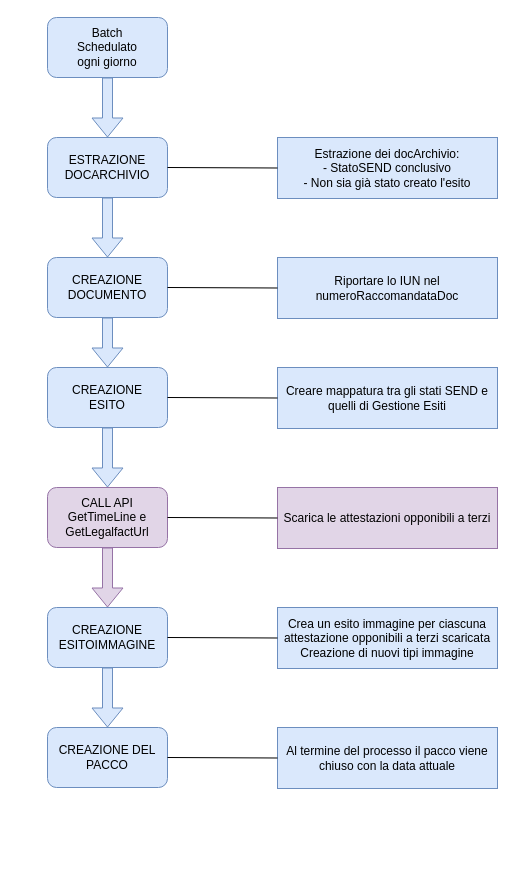
marcogarbujoabaco/drawio keeps this draw.io diagram as page "Esiti" (4 of 5) of Easy Notification.drawio. Above is the earlier version. Source tidied: cells renumbered, new cells numbered last; positions are measured from the earlier drawing's top-left corner, leaving out a move shared by most shapes. Both pictures are drawn from the tidied source at 100%, with x=0, y=0 at pixel (47, 17).
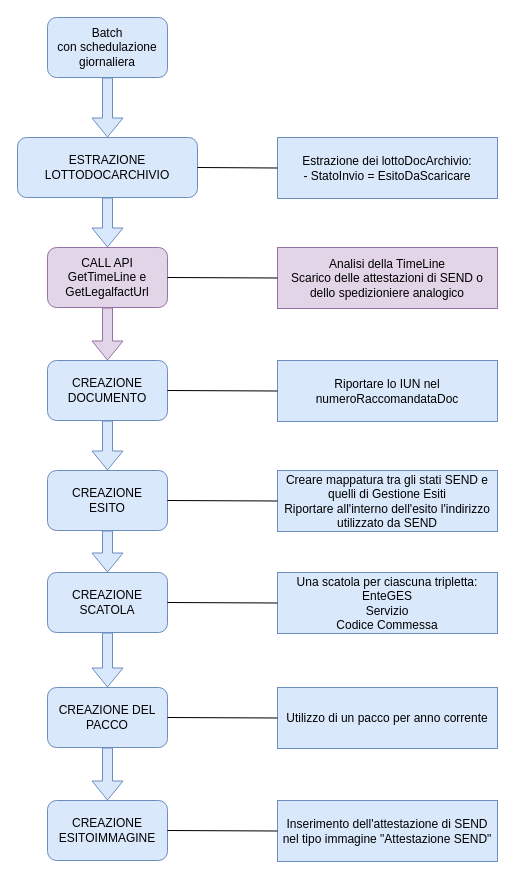
The same page after the edit.

Diff of the diagram source:
```diff
@@
-    <mxCell id="2" value="Batch&lt;div&gt;Schedulato&lt;/div&gt;&lt;div&gt;ogni giorno&lt;/div&gt;" style="rounded=1;whiteSpace=wrap;html=1;fillColor=#dae8fc;strokeColor=#6c8ebf;" parent="1" vertex="1">
+    <mxCell id="2" value="Batch&lt;div&gt;con schedulazione giornaliera&lt;br&gt;&lt;/div&gt;" style="rounded=1;whiteSpace=wrap;html=1;fillColor=#dae8fc;strokeColor=#6c8ebf;" parent="1" vertex="1">
       <mxGeometry width="120" height="60" as="geometry" />
     </mxCell>
-    <mxCell id="3" value="ESTRAZIONE&lt;div&gt;DOCARCHIVIO&lt;/div&gt;" style="rounded=1;whiteSpace=wrap;html=1;fillColor=#dae8fc;strokeColor=#6c8ebf;" parent="1" vertex="1">
-      <mxGeometry y="120" width="120" height="60" as="geometry" />
+    <mxCell id="3" value="ESTRAZIONE&lt;div&gt;LOTTODOCARCHIVIO&lt;/div&gt;" style="rounded=1;whiteSpace=wrap;html=1;fillColor=#dae8fc;strokeColor=#6c8ebf;" parent="1" vertex="1">
+      <mxGeometry x="-30" y="120" width="180" height="60" as="geometry" />
     </mxCell>
-    <mxCell id="4" value="Estrazione dei docArchivio:&lt;div&gt;- StatoSEND conclusivo&lt;/div&gt;&lt;div&gt;- Non sia già stato creato l'esito&lt;/div&gt;" style="text;html=1;align=center;verticalAlign=middle;whiteSpace=wrap;rounded=0;strokeColor=#6c8ebf;fillColor=#dae8fc;" parent="1" vertex="1">
+    <mxCell id="4" value="Estrazione dei lottoDocArchivio:&lt;div&gt;- StatoInvio =&amp;nbsp;EsitoDaScaricare&lt;/div&gt;" style="text;html=1;align=center;verticalAlign=middle;whiteSpace=wrap;rounded=0;strokeColor=#6c8ebf;fillColor=#dae8fc;" parent="1" vertex="1">
       <mxGeometry x="230" y="120" width="220" height="61" as="geometry" />
     </mxCell>
@@
     <mxCell id="7" value="CREAZIONE&lt;div&gt;DOCUMENTO&lt;/div&gt;" style="rounded=1;whiteSpace=wrap;html=1;fillColor=#dae8fc;strokeColor=#6c8ebf;" parent="1" vertex="1">
-      <mxGeometry y="240" width="120" height="60" as="geometry" />
+      <mxGeometry y="343" width="120" height="60" as="geometry" />
     </mxCell>
     <mxCell id="8" value="Riportare lo IUN nel numeroRaccomandataDoc" style="text;html=1;align=center;verticalAlign=middle;whiteSpace=wrap;rounded=0;strokeColor=#6c8ebf;fillColor=#dae8fc;" parent="1" vertex="1">
-      <mxGeometry x="230" y="240" width="220" height="61" as="geometry" />
+      <mxGeometry x="230" y="343" width="220" height="61" as="geometry" />
     </mxCell>
@@
-    <mxCell id="10" style="shape=flexArrow;endArrow=classic;html=1;rounded=0;entryX=0.5;entryY=0;entryDx=0;entryDy=0;exitX=0.5;exitY=1;exitDx=0;exitDy=0;fillColor=#dae8fc;strokeColor=#6c8ebf;" parent="1" edge="1" source="3" target="7">
+    <mxCell id="10" style="shape=flexArrow;endArrow=classic;html=1;rounded=0;exitX=0.5;exitY=1;exitDx=0;exitDy=0;fillColor=#dae8fc;strokeColor=#6c8ebf;entryX=0.5;entryY=0;entryDx=0;entryDy=0;" parent="1" edge="1" source="3" target="14">
       <mxGeometry relative="1" as="geometry" />
     </mxCell>
     <mxCell id="11" value="CREAZIONE&lt;div&gt;ESITO&lt;/div&gt;" style="rounded=1;whiteSpace=wrap;html=1;fillColor=#dae8fc;strokeColor=#6c8ebf;" parent="1" vertex="1">
-      <mxGeometry y="350" width="120" height="60" as="geometry" />
+      <mxGeometry y="453" width="120" height="60" as="geometry" />
     </mxCell>
-    <mxCell id="12" value="Creare mappatura tra gli stati SEND e quelli di Gestione Esiti" style="text;html=1;align=center;verticalAlign=middle;whiteSpace=wrap;rounded=0;strokeColor=#6c8ebf;fillColor=#dae8fc;" parent="1" vertex="1">
-      <mxGeometry x="230" y="350" width="220" height="61" as="geometry" />
+    <mxCell id="12" value="Creare mappatura tra gli stati SEND e quelli di Gestione Esiti&lt;div&gt;Riportare all'interno dell'esito l'indirizzo utilizzato da SEND&lt;/div&gt;" style="text;html=1;align=center;verticalAlign=middle;whiteSpace=wrap;rounded=0;strokeColor=#6c8ebf;fillColor=#dae8fc;" parent="1" vertex="1">
+      <mxGeometry x="230" y="453" width="220" height="61" as="geometry" />
     </mxCell>
@@
     <mxCell id="14" value="CALL API&lt;div&gt;GetTimeLine e GetLegalfactUrl&lt;/div&gt;" style="rounded=1;whiteSpace=wrap;html=1;fillColor=#e1d5e7;strokeColor=#9673a6;" parent="1" vertex="1">
-      <mxGeometry y="470" width="120" height="60" as="geometry" />
+      <mxGeometry y="230" width="120" height="60" as="geometry" />
     </mxCell>
-    <mxCell id="15" value="Scarica le attestazioni opponibili a terzi" style="text;html=1;align=center;verticalAlign=middle;whiteSpace=wrap;rounded=0;strokeColor=#9673a6;fillColor=#e1d5e7;" parent="1" vertex="1">
-      <mxGeometry x="230" y="470" width="220" height="61" as="geometry" />
+    <mxCell id="15" value="&lt;div&gt;Analisi della TimeLine&lt;/div&gt;&lt;div&gt;Scarico delle attestazioni di SEND o dello spedizioniere analogico&lt;/div&gt;" style="text;html=1;align=center;verticalAlign=middle;whiteSpace=wrap;rounded=0;strokeColor=#9673a6;fillColor=#e1d5e7;" parent="1" vertex="1">
+      <mxGeometry x="230" y="230" width="220" height="61" as="geometry" />
     </mxCell>
@@
     <mxCell id="17" value="CREAZIONE&lt;div&gt;ESITOIMMAGINE&lt;/div&gt;" style="rounded=1;whiteSpace=wrap;html=1;fillColor=#dae8fc;strokeColor=#6c8ebf;" parent="1" vertex="1">
-      <mxGeometry y="590" width="120" height="60" as="geometry" />
+      <mxGeometry y="783" width="120" height="60" as="geometry" />
     </mxCell>
-    <mxCell id="18" value="Crea un esito immagine per ciascuna attestazione opponibili a terzi scaricata&lt;div&gt;Creazione di nuovi tipi immagine&lt;/div&gt;" style="text;html=1;align=center;verticalAlign=middle;whiteSpace=wrap;rounded=0;strokeColor=#6c8ebf;fillColor=#dae8fc;" parent="1" vertex="1">
-      <mxGeometry x="230" y="590" width="220" height="61" as="geometry" />
+    <mxCell id="18" value="Inserimento dell'attestazione di SEND nel tipo immagine &quot;Attestazione SEND&quot;" style="text;html=1;align=center;verticalAlign=middle;whiteSpace=wrap;rounded=0;strokeColor=#6c8ebf;fillColor=#dae8fc;" parent="1" vertex="1">
+      <mxGeometry x="230" y="783" width="220" height="61" as="geometry" />
     </mxCell>
@@
-    <mxCell id="21" style="shape=flexArrow;endArrow=classic;html=1;rounded=0;entryX=0.5;entryY=0;entryDx=0;entryDy=0;fillColor=#dae8fc;strokeColor=#6c8ebf;" parent="1" edge="1" source="11" target="14">
+    <mxCell id="21" style="shape=flexArrow;endArrow=classic;html=1;rounded=0;fillColor=#dae8fc;strokeColor=#6c8ebf;entryX=0.5;entryY=0;entryDx=0;entryDy=0;" parent="1" edge="1" source="11" target="27">
       <mxGeometry relative="1" as="geometry" />
     </mxCell>
-    <mxCell id="22" style="shape=flexArrow;endArrow=classic;html=1;rounded=0;entryX=0.5;entryY=0;entryDx=0;entryDy=0;exitX=0.5;exitY=1;exitDx=0;exitDy=0;fillColor=#e1d5e7;strokeColor=#9673a6;" parent="1" edge="1" source="14" target="17">
+    <mxCell id="22" style="shape=flexArrow;endArrow=classic;html=1;rounded=0;exitX=0.5;exitY=1;exitDx=0;exitDy=0;fillColor=#e1d5e7;strokeColor=#9673a6;entryX=0.5;entryY=0;entryDx=0;entryDy=0;" parent="1" edge="1" source="14" target="7">
       <mxGeometry relative="1" as="geometry" />
     </mxCell>
     <mxCell id="23" value="CREAZIONE DEL&lt;div&gt;PACCO&lt;/div&gt;" style="rounded=1;whiteSpace=wrap;html=1;fillColor=#dae8fc;strokeColor=#6c8ebf;" parent="1" vertex="1">
-      <mxGeometry y="710" width="120" height="60" as="geometry" />
+      <mxGeometry y="670" width="120" height="60" as="geometry" />
     </mxCell>
-    <mxCell id="24" value="Al termine del processo il pacco viene chiuso con la data attuale" style="text;html=1;align=center;verticalAlign=middle;whiteSpace=wrap;rounded=0;strokeColor=#6c8ebf;fillColor=#dae8fc;" parent="1" vertex="1">
-      <mxGeometry x="230" y="710" width="220" height="61" as="geometry" />
+    <mxCell id="24" value="Utilizzo di un pacco per anno corrente" style="text;html=1;align=center;verticalAlign=middle;whiteSpace=wrap;rounded=0;strokeColor=#6c8ebf;fillColor=#dae8fc;" parent="1" vertex="1">
+      <mxGeometry x="230" y="670" width="220" height="61" as="geometry" />
     </mxCell>
@@
-    <mxCell id="26" style="shape=flexArrow;endArrow=classic;html=1;rounded=0;entryX=0.5;entryY=0;entryDx=0;entryDy=0;exitX=0.5;exitY=1;exitDx=0;exitDy=0;fillColor=#dae8fc;strokeColor=#6c8ebf;" parent="1" edge="1" source="17" target="23">
+    <mxCell id="26" style="shape=flexArrow;endArrow=classic;html=1;rounded=0;exitX=0.5;exitY=1;exitDx=0;exitDy=0;fillColor=#dae8fc;strokeColor=#6c8ebf;" parent="1" edge="1" source="23" target="17">
       <mxGeometry relative="1" as="geometry" />
     </mxCell>
+    <mxCell id="27" value="CREAZIONE&lt;div&gt;SCATOLA&lt;/div&gt;" style="rounded=1;whiteSpace=wrap;html=1;fillColor=#dae8fc;strokeColor=#6c8ebf;" parent="1" vertex="1">
+      <mxGeometry y="555" width="120" height="60" as="geometry" />
+    </mxCell>
+    <mxCell id="28" value="Una scatola per ciascuna tripletta:&lt;div&gt;EnteGES&lt;/div&gt;&lt;div&gt;Servizio&lt;/div&gt;&lt;div&gt;Codice Commessa&lt;/div&gt;" style="text;html=1;align=center;verticalAlign=middle;whiteSpace=wrap;rounded=0;strokeColor=#6c8ebf;fillColor=#dae8fc;" parent="1" vertex="1">
+      <mxGeometry x="230" y="555" width="220" height="61" as="geometry" />
+    </mxCell>
+    <mxCell id="29" style="endArrow=none;html=1;rounded=0;entryX=0;entryY=0.5;entryDx=0;entryDy=0;exitX=1;exitY=0.5;exitDx=0;exitDy=0;" parent="1" edge="1" source="27" target="28">
+      <mxGeometry relative="1" as="geometry" />
+    </mxCell>
+    <mxCell id="30" style="shape=flexArrow;endArrow=classic;html=1;rounded=0;exitX=0.5;exitY=1;exitDx=0;exitDy=0;fillColor=#dae8fc;strokeColor=#6c8ebf;entryX=0.5;entryY=0;entryDx=0;entryDy=0;" parent="1" edge="1" source="27" target="23">
+      <mxGeometry relative="1" as="geometry" />
+    </mxCell>
```
